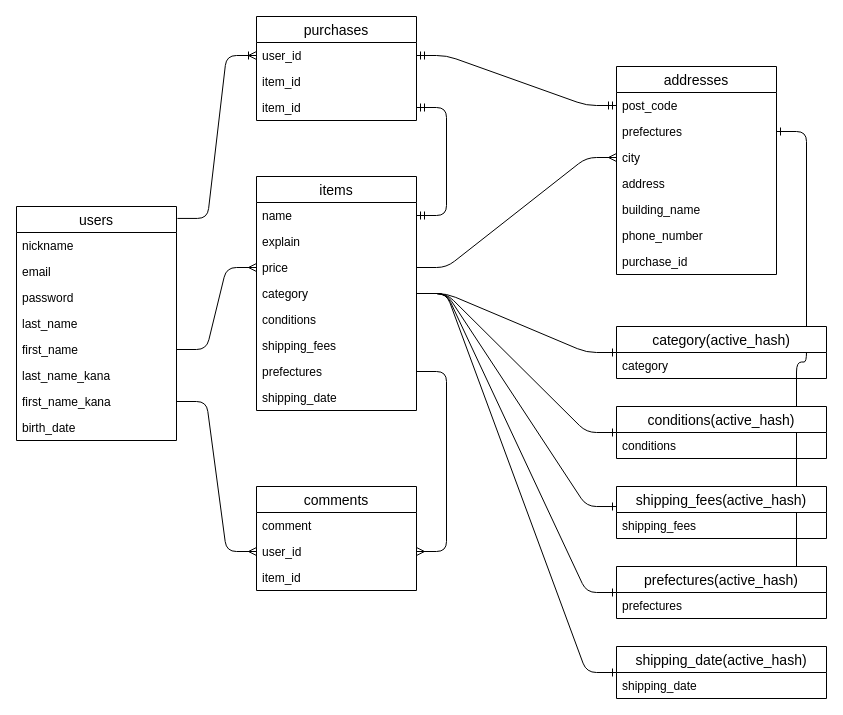
This is ER図/furuma-29752.dio from hiro7778/furima-29752, a draw.io file, before an edit. Source tidied: cells renumbered, new cells numbered last; positions are measured from the earlier drawing's top-left corner, leaving out a move shared by most shapes. Both pictures are drawn from the tidied source at 100%, with x=0, y=0 at pixel (16, 16).
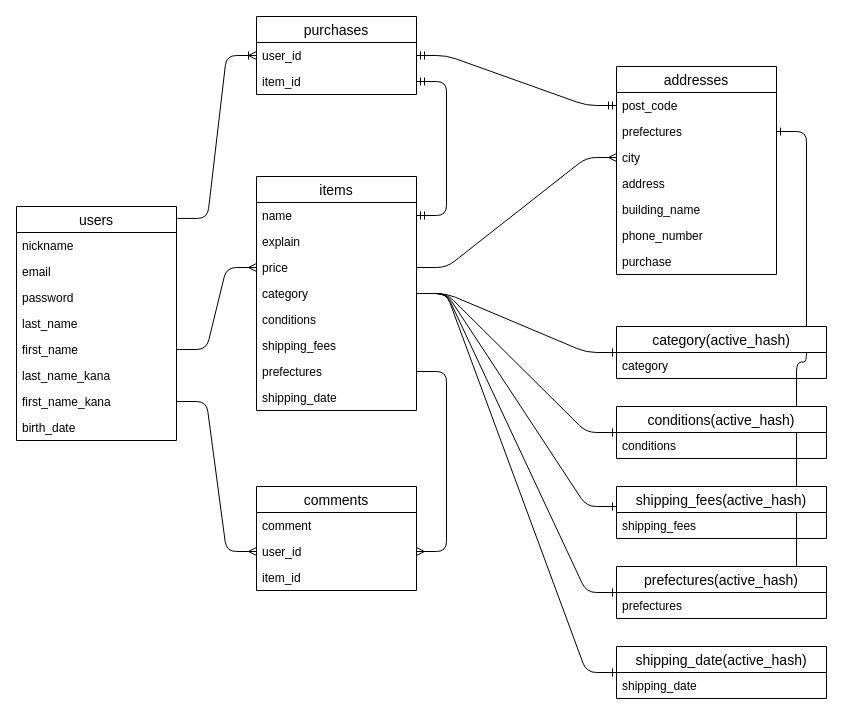
The same page after the edit.

The change refers to these unchanged cells:
```xml
<mxCell id="37" value="name" style="text;strokeColor=none;fillColor=none;spacingLeft=4;spacingRight=4;overflow=hidden;points=[[0,0.5],[1,0.5]];portConstraint=eastwest;fontSize=12;" parent="36" vertex="1">
  <mxGeometry y="26" width="160" height="26" as="geometry" />
</mxCell>
<mxCell id="45" value="addresses" style="swimlane;fontStyle=0;horizontal=1;startSize=26;align=center;fontSize=14;" parent="1" vertex="1">
  <mxGeometry x="600" y="50" width="160" height="208" as="geometry" />
</mxCell>
<mxCell id="57" value="item_id" style="text;strokeColor=none;fillColor=none;spacingLeft=4;spacingRight=4;overflow=hidden;points=[[0,0.5],[1,0.5]];portConstraint=eastwest;fontSize=12;" parent="55" vertex="1">
  <mxGeometry y="52" width="160" height="26" as="geometry" />
</mxCell>
```

The edit, as a diff of the source:
```diff
@@
-    <mxCell id="52" value="purchase_id" style="text;strokeColor=none;fillColor=none;spacingLeft=4;spacingRight=4;overflow=hidden;fontSize=12;" parent="45" vertex="1">
+    <mxCell id="52" value="purchase" style="text;strokeColor=none;fillColor=none;spacingLeft=4;spacingRight=4;overflow=hidden;fontSize=12;" parent="45" vertex="1">
       <mxGeometry y="182" width="160" height="26" as="geometry" />
     </mxCell>
-    <mxCell id="53" style="edgeStyle=entityRelationEdgeStyle;fontSize=12;html=1;endArrow=ERmandOne;startArrow=ERmandOne;exitX=1;exitY=0.5;exitDx=0;exitDy=0;" parent="1" edge="1" source="37" target="58">
+    <mxCell id="53" style="edgeStyle=entityRelationEdgeStyle;fontSize=12;html=1;endArrow=ERmandOne;startArrow=ERmandOne;exitX=1;exitY=0.5;exitDx=0;exitDy=0;" parent="1" edge="1" source="37" target="57">
       <mxGeometry relative="1" as="geometry" />
     </mxCell>
@@
     <mxCell id="55" value="purchases" style="swimlane;fontStyle=0;horizontal=1;startSize=26;align=center;fontSize=14;" parent="1" vertex="1">
-      <mxGeometry x="240" width="160" height="104" as="geometry" />
+      <mxGeometry x="240" width="160" height="78" as="geometry" />
     </mxCell>
@@
-    <mxCell id="58" value="item_id" style="text;strokeColor=none;fillColor=none;spacingLeft=4;spacingRight=4;overflow=hidden;points=[[0,0.5],[1,0.5]];portConstraint=eastwest;fontSize=12;" parent="55" vertex="1">
-      <mxGeometry y="78" width="160" height="26" as="geometry" />
-    </mxCell>
```
